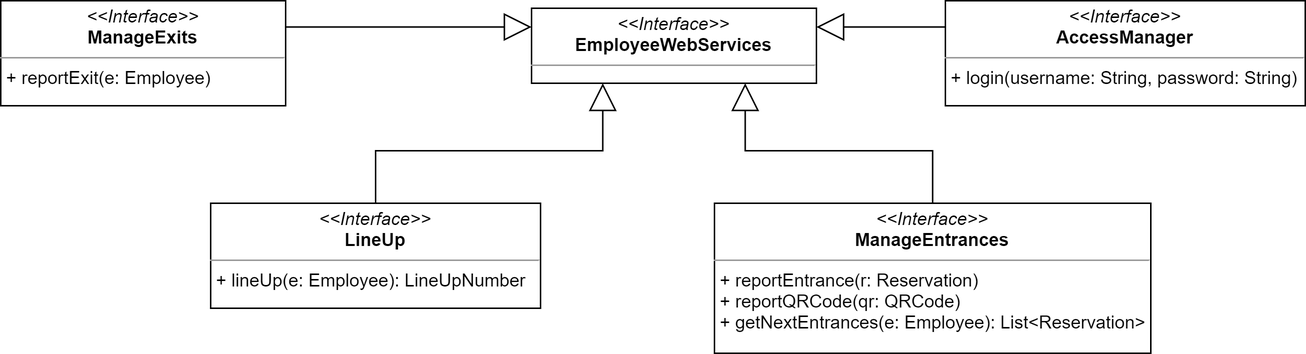
marcoDige/CLup keeps this draw.io diagram as DDworkspace/LaTeXproject/images/empl_web_services_interfaces.png. Above is the earlier version. Source tidied: cells renumbered, new cells last; positions are measured from the earlier drawing's top-left corner, leaving out a move shared by most shapes.
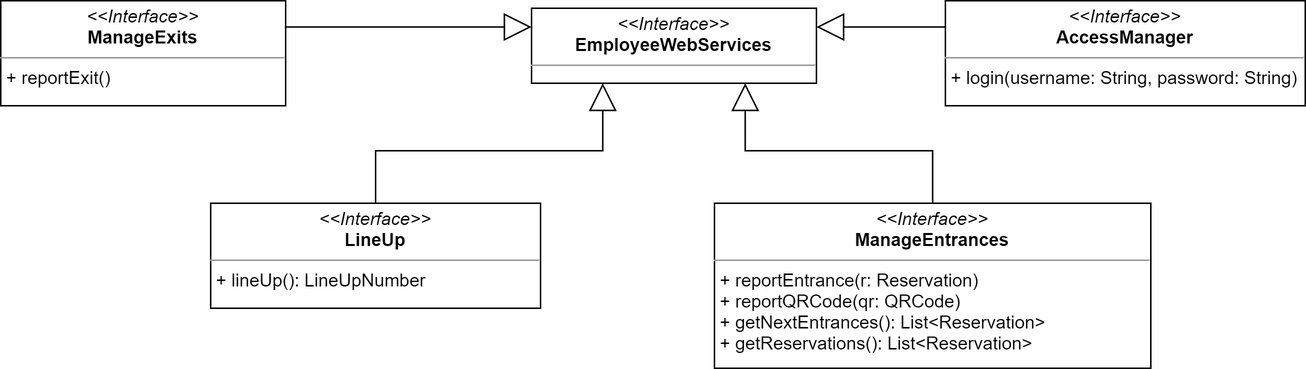
After the commit.

Commit message:
interfaces diagrams fixed

Change to the diagram source:
```diff
@@ -8,19 +8,19 @@
     <mxCell id="3" style="edgeStyle=orthogonalEdgeStyle;rounded=0;jettySize=auto;html=1;exitX=0.5;exitY=0;exitDx=0;exitDy=0;entryX=0.25;entryY=1;entryDx=0;entryDy=0;endArrow=block;endFill=0;endSize=16;" parent="1" edge="1" source="4" target="2">
       <mxGeometry relative="1" as="geometry" />
     </mxCell>
-    <mxCell id="4" value="&lt;p style=&quot;margin: 0px ; margin-top: 4px ; text-align: center&quot;&gt;&lt;i&gt;&amp;lt;&amp;lt;Interface&amp;gt;&amp;gt;&lt;/i&gt;&lt;br&gt;&lt;b&gt;LineUp&lt;/b&gt;&lt;/p&gt;&lt;hr size=&quot;1&quot;&gt;&lt;p style=&quot;margin: 0px ; margin-left: 4px&quot;&gt;+&amp;nbsp;&lt;span&gt;lineUp(e: Employee): LineUpNumber&lt;/span&gt;&lt;br&gt;&lt;/p&gt;&lt;div&gt;&lt;span&gt;&lt;br&gt;&lt;/span&gt;&lt;/div&gt;&lt;p style=&quot;margin: 0px ; margin-left: 4px&quot;&gt;&lt;br&gt;&lt;/p&gt;" style="verticalAlign=top;align=left;overflow=fill;fontSize=12;fontFamily=Helvetica;html=1;" parent="1" vertex="1">
+    <mxCell id="4" value="&lt;p style=&quot;margin: 0px ; margin-top: 4px ; text-align: center&quot;&gt;&lt;i&gt;&amp;lt;&amp;lt;Interface&amp;gt;&amp;gt;&lt;/i&gt;&lt;br&gt;&lt;b&gt;LineUp&lt;/b&gt;&lt;/p&gt;&lt;hr size=&quot;1&quot;&gt;&lt;p style=&quot;margin: 0px ; margin-left: 4px&quot;&gt;+&amp;nbsp;&lt;span&gt;lineUp(): LineUpNumber&lt;/span&gt;&lt;br&gt;&lt;/p&gt;&lt;div&gt;&lt;span&gt;&lt;br&gt;&lt;/span&gt;&lt;/div&gt;&lt;p style=&quot;margin: 0px ; margin-left: 4px&quot;&gt;&lt;br&gt;&lt;/p&gt;" style="verticalAlign=top;align=left;overflow=fill;fontSize=12;fontFamily=Helvetica;html=1;" parent="1" vertex="1">
       <mxGeometry x="140" y="135" width="220" height="70" as="geometry" />
     </mxCell>
     <mxCell id="5" style="edgeStyle=orthogonalEdgeStyle;rounded=0;jettySize=auto;html=1;exitX=0.5;exitY=0;exitDx=0;exitDy=0;entryX=0.75;entryY=1;entryDx=0;entryDy=0;endArrow=block;endFill=0;endSize=16;" parent="1" edge="1" source="6" target="2">
       <mxGeometry relative="1" as="geometry" />
     </mxCell>
-    <mxCell id="6" value="&lt;p style=&quot;margin: 0px ; margin-top: 4px ; text-align: center&quot;&gt;&lt;i&gt;&amp;lt;&amp;lt;Interface&amp;gt;&amp;gt;&lt;/i&gt;&lt;br&gt;&lt;b&gt;ManageEntrances&lt;/b&gt;&lt;/p&gt;&lt;hr size=&quot;1&quot;&gt;&lt;p style=&quot;margin: 0px ; margin-left: 4px&quot;&gt;+&amp;nbsp;reportEntrance(r: Reservation)&lt;/p&gt;&lt;p style=&quot;margin: 0px ; margin-left: 4px&quot;&gt;+&amp;nbsp;reportQRCode(qr: QRCode)&lt;/p&gt;&lt;p style=&quot;margin: 0px ; margin-left: 4px&quot;&gt;+&amp;nbsp;getNextEntrances(e: Employee): List&amp;lt;Reservation&amp;gt;&lt;/p&gt;&lt;p style=&quot;margin: 0px ; margin-left: 4px&quot;&gt;&lt;br&gt;&lt;/p&gt;" style="verticalAlign=top;align=left;overflow=fill;fontSize=12;fontFamily=Helvetica;html=1;" parent="1" vertex="1">
-      <mxGeometry x="476" y="135" width="291" height="100" as="geometry" />
+    <mxCell id="6" value="&lt;p style=&quot;margin: 0px ; margin-top: 4px ; text-align: center&quot;&gt;&lt;i&gt;&amp;lt;&amp;lt;Interface&amp;gt;&amp;gt;&lt;/i&gt;&lt;br&gt;&lt;b&gt;ManageEntrances&lt;/b&gt;&lt;/p&gt;&lt;hr size=&quot;1&quot;&gt;&lt;p style=&quot;margin: 0px ; margin-left: 4px&quot;&gt;+&amp;nbsp;reportEntrance(r: Reservation)&lt;/p&gt;&lt;p style=&quot;margin: 0px ; margin-left: 4px&quot;&gt;+&amp;nbsp;reportQRCode(qr: QRCode)&lt;/p&gt;&lt;p style=&quot;margin: 0px ; margin-left: 4px&quot;&gt;+&amp;nbsp;getNextEntrances(): List&amp;lt;Reservation&amp;gt;&lt;/p&gt;&lt;p style=&quot;margin: 0px ; margin-left: 4px&quot;&gt;+ getReservations(): List&amp;lt;Reservation&amp;gt;&lt;/p&gt;&lt;p style=&quot;margin: 0px ; margin-left: 4px&quot;&gt;&lt;br&gt;&lt;/p&gt;" style="verticalAlign=top;align=left;overflow=fill;fontSize=12;fontFamily=Helvetica;html=1;" parent="1" vertex="1">
+      <mxGeometry x="476" y="135" width="291" height="110" as="geometry" />
     </mxCell>
     <mxCell id="7" style="edgeStyle=orthogonalEdgeStyle;rounded=0;jettySize=auto;html=1;exitX=1;exitY=0.25;exitDx=0;exitDy=0;entryX=0;entryY=0.25;entryDx=0;entryDy=0;endSize=16;endArrow=block;endFill=0;" parent="1" edge="1" source="8" target="2">
       <mxGeometry relative="1" as="geometry" />
     </mxCell>
-    <mxCell id="8" value="&lt;p style=&quot;margin: 0px ; margin-top: 4px ; text-align: center&quot;&gt;&lt;i&gt;&amp;lt;&amp;lt;Interface&amp;gt;&amp;gt;&lt;/i&gt;&lt;br&gt;&lt;b&gt;ManageExits&lt;/b&gt;&lt;/p&gt;&lt;hr size=&quot;1&quot;&gt;&lt;p style=&quot;margin: 0px ; margin-left: 4px&quot;&gt;+&amp;nbsp;reportExit(e: Employee)&lt;/p&gt;&lt;p style=&quot;margin: 0px ; margin-left: 4px&quot;&gt;&lt;br&gt;&lt;/p&gt;" style="verticalAlign=top;align=left;overflow=fill;fontSize=12;fontFamily=Helvetica;html=1;" parent="1" vertex="1">
+    <mxCell id="8" value="&lt;p style=&quot;margin: 0px ; margin-top: 4px ; text-align: center&quot;&gt;&lt;i&gt;&amp;lt;&amp;lt;Interface&amp;gt;&amp;gt;&lt;/i&gt;&lt;br&gt;&lt;b&gt;ManageExits&lt;/b&gt;&lt;/p&gt;&lt;hr size=&quot;1&quot;&gt;&lt;p style=&quot;margin: 0px ; margin-left: 4px&quot;&gt;+&amp;nbsp;reportExit()&lt;/p&gt;&lt;p style=&quot;margin: 0px ; margin-left: 4px&quot;&gt;&lt;br&gt;&lt;/p&gt;" style="verticalAlign=top;align=left;overflow=fill;fontSize=12;fontFamily=Helvetica;html=1;" parent="1" vertex="1">
       <mxGeometry width="190" height="70" as="geometry" />
     </mxCell>
     <mxCell id="9" style="edgeStyle=orthogonalEdgeStyle;rounded=0;jettySize=auto;html=1;exitX=0;exitY=0.25;exitDx=0;exitDy=0;entryX=1;entryY=0.25;entryDx=0;entryDy=0;endArrow=block;endFill=0;endSize=16;" parent="1" edge="1" source="10" target="2">
```
